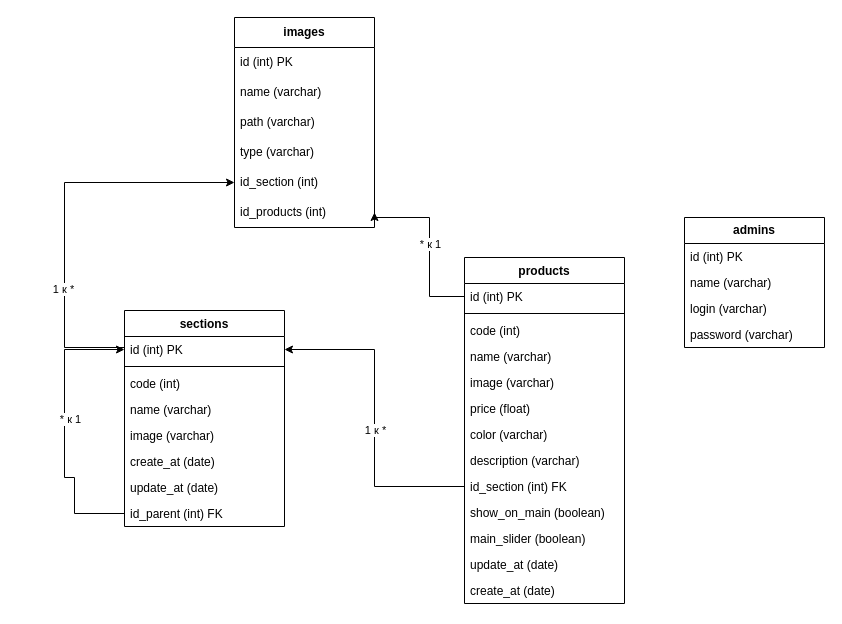
The draw.io diagram BDShop.drawio in Tonkoo/shop-2025, before the edit. Source tidied: cells renumbered, new cells numbered last; positions are measured from the earlier drawing's top-left corner, leaving out a move shared by most shapes. Both pictures are drawn from the tidied source at 100%, with x=0, y=0 at pixel (64, 17).
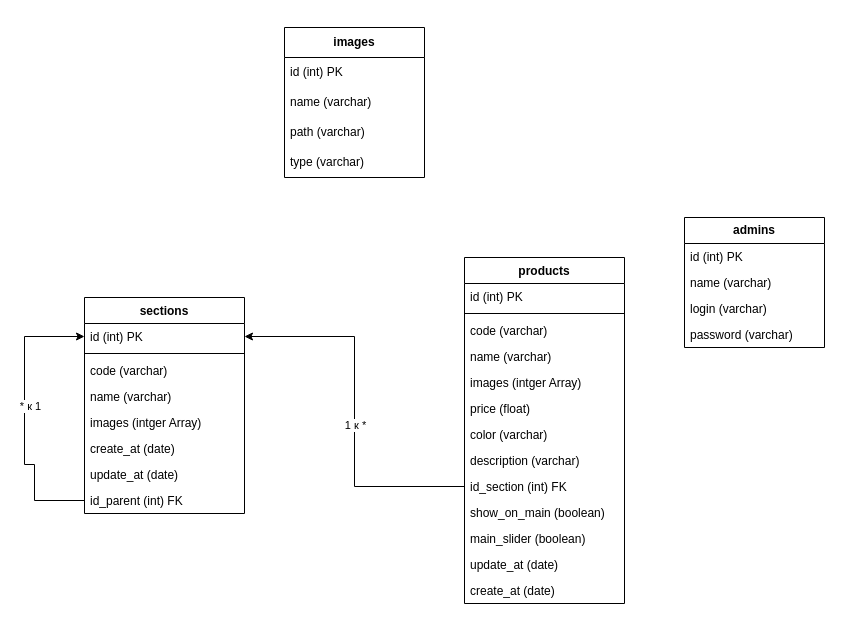
The same page after the edit.

The change refers to these unchanged cells:
```xml
<mxCell id="10" value="id_parent (int) FK" style="text;strokeColor=none;fillColor=none;align=left;verticalAlign=top;spacingLeft=4;spacingRight=4;overflow=hidden;points=[[0,0.5],[1,0.5]];portConstraint=eastwest;whiteSpace=wrap;html=1;" parent="2" vertex="1">
  <mxGeometry y="190" width="160" height="26" as="geometry" />
</mxCell>
<mxCell id="13" value="products" style="swimlane;fontStyle=1;align=center;verticalAlign=top;horizontal=1;startSize=26;whiteSpace=wrap;html=1;" parent="1" vertex="1">
  <mxGeometry x="400" y="240" width="160" height="346" as="geometry" />
</mxCell>
<mxCell id="22" value="id_section (int) FK" style="text;strokeColor=none;fillColor=none;align=left;verticalAlign=top;spacingLeft=4;spacingRight=4;overflow=hidden;points=[[0,0.5],[1,0.5]];portConstraint=eastwest;whiteSpace=wrap;html=1;" parent="13" vertex="1">
  <mxGeometry y="216" width="160" height="26" as="geometry" />
</mxCell>
```

Change to the diagram source:
```diff
@@
     <mxCell id="2" value="sections" style="swimlane;fontStyle=1;align=center;verticalAlign=top;horizontal=1;startSize=26;whiteSpace=wrap;html=1;" parent="1" vertex="1">
-      <mxGeometry x="60" y="293" width="160" height="216" as="geometry" />
+      <mxGeometry x="20" y="280" width="160" height="216" as="geometry" />
     </mxCell>
-    <mxCell id="3" value="id (int) PK" style="text;strokeColor=none;fillColor=none;align=left;verticalAlign=top;spacingLeft=4;spacingRight=4;overflow=hidden;points=[[0,0.5],[1,0.5]];portConstraint=eastwest;whiteSpace=wrap;html=1;" parent="2" vertex="1">
-      <mxGeometry y="26" width="160" height="26" as="geometry" />
-    </mxCell>
-    <mxCell id="4" style="line;strokeWidth=1;fillColor=none;align=left;verticalAlign=middle;spacingTop=-1;spacingLeft=3;spacingRight=3;labelPosition=right;strokeColor=inherit;" parent="2" vertex="1">
-      <mxGeometry y="52" width="160" height="8" as="geometry" />
-    </mxCell>
-    <mxCell id="5" value="code (int)&amp;nbsp;" style="text;strokeColor=none;fillColor=none;align=left;verticalAlign=top;spacingLeft=4;spacingRight=4;overflow=hidden;whiteSpace=wrap;html=1;" parent="2" vertex="1">
-      <mxGeometry y="60" width="160" height="26" as="geometry" />
-    </mxCell>
-    <mxCell id="6" value="name (varchar)" style="text;strokeColor=none;fillColor=none;align=left;verticalAlign=top;spacingLeft=4;spacingRight=4;overflow=hidden;whiteSpace=wrap;html=1;" parent="2" vertex="1">
-      <mxGeometry y="86" width="160" height="26" as="geometry" />
-    </mxCell>
-    <mxCell id="7" value="image (varchar)" style="text;strokeColor=none;fillColor=none;align=left;verticalAlign=top;spacingLeft=4;spacingRight=4;overflow=hidden;whiteSpace=wrap;html=1;" parent="2" vertex="1">
-      <mxGeometry y="112" width="160" height="26" as="geometry" />
-    </mxCell>
+    <mxCell id="45" value="id (int) PK" style="text;strokeColor=none;fillColor=none;align=left;verticalAlign=top;spacingLeft=4;spacingRight=4;overflow=hidden;points=[[0,0.5],[1,0.5]];portConstraint=eastwest;whiteSpace=wrap;html=1;" parent="2" vertex="1">
+      <mxGeometry y="26" width="160" height="26" as="geometry" />
+    </mxCell>
+    <mxCell id="46" style="line;strokeWidth=1;fillColor=none;align=left;verticalAlign=middle;spacingTop=-1;spacingLeft=3;spacingRight=3;labelPosition=right;strokeColor=inherit;" parent="2" vertex="1">
+      <mxGeometry y="52" width="160" height="8" as="geometry" />
+    </mxCell>
+    <mxCell id="47" value="code (varchar)&amp;nbsp;" style="text;strokeColor=none;fillColor=none;align=left;verticalAlign=top;spacingLeft=4;spacingRight=4;overflow=hidden;whiteSpace=wrap;html=1;" parent="2" vertex="1">
+      <mxGeometry y="60" width="160" height="26" as="geometry" />
+    </mxCell>
+    <mxCell id="48" value="name (varchar)" style="text;strokeColor=none;fillColor=none;align=left;verticalAlign=top;spacingLeft=4;spacingRight=4;overflow=hidden;whiteSpace=wrap;html=1;" parent="2" vertex="1">
+      <mxGeometry y="86" width="160" height="26" as="geometry" />
+    </mxCell>
+    <mxCell id="49" value="images (intger Array)" style="text;strokeColor=none;fillColor=none;align=left;verticalAlign=top;spacingLeft=4;spacingRight=4;overflow=hidden;whiteSpace=wrap;html=1;" parent="2" vertex="1">
+      <mxGeometry y="112" width="160" height="26" as="geometry" />
+    </mxCell>
@@
-    <mxCell id="11" style="edgeStyle=orthogonalEdgeStyle;rounded=0;jettySize=auto;html=1;entryX=0;entryY=0.5;entryDx=0;entryDy=0;" parent="2" edge="1" source="10" target="3">
-      <mxGeometry relative="1" as="geometry">
-        <Array as="points">
-          <mxPoint x="-50" y="203" />
-          <mxPoint x="-50" y="167" />
-          <mxPoint x="-60" y="167" />
-          <mxPoint x="-60" y="39" />
-        </Array>
-      </mxGeometry>
-    </mxCell>
-    <mxCell id="12" value="* к 1" style="edgeLabel;html=1;align=center;verticalAlign=middle;" parent="11" vertex="1">
-      <mxGeometry x="0.09" y="-5" relative="1" as="geometry" />
-    </mxCell>
+    <mxCell id="50" style="edgeStyle=orthogonalEdgeStyle;rounded=0;jettySize=auto;html=1;entryX=0;entryY=0.5;entryDx=0;entryDy=0;" parent="2" edge="1" source="10" target="45">
+      <mxGeometry relative="1" as="geometry">
+        <Array as="points">
+          <mxPoint x="-50" y="203" />
+          <mxPoint x="-50" y="167" />
+          <mxPoint x="-60" y="167" />
+          <mxPoint x="-60" y="39" />
+        </Array>
+      </mxGeometry>
+    </mxCell>
+    <mxCell id="51" value="* к 1" style="edgeLabel;html=1;align=center;verticalAlign=middle;" parent="50" vertex="1">
+      <mxGeometry x="0.09" y="-5" relative="1" as="geometry" />
+    </mxCell>
@@
-    <mxCell id="14" value="id (int) PK" style="text;strokeColor=none;fillColor=none;align=left;verticalAlign=top;spacingLeft=4;spacingRight=4;overflow=hidden;points=[[0,0.5],[1,0.5]];portConstraint=eastwest;whiteSpace=wrap;html=1;" parent="13" vertex="1">
-      <mxGeometry y="26" width="160" height="26" as="geometry" />
-    </mxCell>
-    <mxCell id="15" style="line;strokeWidth=1;fillColor=none;align=left;verticalAlign=middle;spacingTop=-1;spacingLeft=3;spacingRight=3;labelPosition=right;strokeColor=inherit;" parent="13" vertex="1">
-      <mxGeometry y="52" width="160" height="8" as="geometry" />
-    </mxCell>
-    <mxCell id="16" value="code (int)&amp;nbsp;" style="text;strokeColor=none;fillColor=none;align=left;verticalAlign=top;spacingLeft=4;spacingRight=4;overflow=hidden;whiteSpace=wrap;html=1;" parent="13" vertex="1">
-      <mxGeometry y="60" width="160" height="26" as="geometry" />
-    </mxCell>
-    <mxCell id="17" value="name (varchar)" style="text;strokeColor=none;fillColor=none;align=left;verticalAlign=top;spacingLeft=4;spacingRight=4;overflow=hidden;whiteSpace=wrap;html=1;" parent="13" vertex="1">
-      <mxGeometry y="86" width="160" height="26" as="geometry" />
-    </mxCell>
-    <mxCell id="18" value="image (varchar)" style="text;strokeColor=none;fillColor=none;align=left;verticalAlign=top;spacingLeft=4;spacingRight=4;overflow=hidden;whiteSpace=wrap;html=1;" parent="13" vertex="1">
-      <mxGeometry y="112" width="160" height="26" as="geometry" />
-    </mxCell>
+    <mxCell id="52" value="id (int) PK" style="text;strokeColor=none;fillColor=none;align=left;verticalAlign=top;spacingLeft=4;spacingRight=4;overflow=hidden;whiteSpace=wrap;html=1;" parent="13" vertex="1">
+      <mxGeometry y="26" width="160" height="26" as="geometry" />
+    </mxCell>
+    <mxCell id="53" style="line;strokeWidth=1;fillColor=none;align=left;verticalAlign=middle;spacingTop=-1;spacingLeft=3;spacingRight=3;labelPosition=right;strokeColor=inherit;" parent="13" vertex="1">
+      <mxGeometry y="52" width="160" height="8" as="geometry" />
+    </mxCell>
+    <mxCell id="54" value="code (varchar)&amp;nbsp;" style="text;strokeColor=none;fillColor=none;align=left;verticalAlign=top;spacingLeft=4;spacingRight=4;overflow=hidden;whiteSpace=wrap;html=1;" parent="13" vertex="1">
+      <mxGeometry y="60" width="160" height="26" as="geometry" />
+    </mxCell>
+    <mxCell id="55" value="name (varchar)" style="text;strokeColor=none;fillColor=none;align=left;verticalAlign=top;spacingLeft=4;spacingRight=4;overflow=hidden;whiteSpace=wrap;html=1;" parent="13" vertex="1">
+      <mxGeometry y="86" width="160" height="26" as="geometry" />
+    </mxCell>
+    <mxCell id="56" value="images (intger Array)" style="text;strokeColor=none;fillColor=none;align=left;verticalAlign=top;spacingLeft=4;spacingRight=4;overflow=hidden;whiteSpace=wrap;html=1;" parent="13" vertex="1">
+      <mxGeometry y="112" width="160" height="26" as="geometry" />
+    </mxCell>
@@
-    <mxCell id="27" style="edgeStyle=orthogonalEdgeStyle;rounded=0;jettySize=auto;html=1;" parent="1" edge="1" source="22" target="3">
-      <mxGeometry relative="1" as="geometry" />
-    </mxCell>
-    <mxCell id="28" value="1 к *" style="edgeLabel;html=1;align=center;verticalAlign=middle;" parent="27" vertex="1">
-      <mxGeometry x="-0.07" relative="1" as="geometry" />
-    </mxCell>
+    <mxCell id="57" style="edgeStyle=orthogonalEdgeStyle;rounded=0;jettySize=auto;html=1;" parent="1" edge="1" source="22" target="45">
+      <mxGeometry relative="1" as="geometry" />
+    </mxCell>
+    <mxCell id="58" value="1 к *" style="edgeLabel;html=1;align=center;verticalAlign=middle;" parent="57" vertex="1">
+      <mxGeometry x="-0.07" relative="1" as="geometry" />
+    </mxCell>
@@
     <mxCell id="34" value="&lt;b&gt;images&lt;/b&gt;" style="swimlane;fontStyle=0;horizontal=1;startSize=30;whiteSpace=wrap;html=1;" parent="1" vertex="1">
-      <mxGeometry x="170" width="140" height="210" as="geometry" />
+      <mxGeometry x="220" y="10" width="140" height="150" as="geometry" />
     </mxCell>
@@
-    <mxCell id="39" value="id_section (int)" style="text;strokeColor=none;fillColor=none;align=left;verticalAlign=middle;spacingLeft=4;spacingRight=4;overflow=hidden;points=[[0,0.5],[1,0.5]];portConstraint=eastwest;whiteSpace=wrap;html=1;" parent="34" vertex="1">
-      <mxGeometry y="150" width="140" height="30" as="geometry" />
-    </mxCell>
-    <mxCell id="40" value="id_products (int)" style="text;strokeColor=none;fillColor=none;align=left;verticalAlign=middle;spacingLeft=4;spacingRight=4;overflow=hidden;points=[[0,0.5],[1,0.5]];portConstraint=eastwest;whiteSpace=wrap;html=1;" parent="34" vertex="1">
-      <mxGeometry y="180" width="140" height="30" as="geometry" />
-    </mxCell>
-    <mxCell id="41" style="edgeStyle=orthogonalEdgeStyle;rounded=0;jettySize=auto;html=1;entryX=0;entryY=0.5;entryDx=0;entryDy=0;" parent="1" edge="1" target="39">
-      <mxGeometry relative="1" as="geometry">
-        <mxPoint x="60" y="307" as="sourcePoint" />
-        <Array as="points">
-          <mxPoint x="60" y="330" />
-          <mxPoint y="330" />
-          <mxPoint y="165" />
-        </Array>
-      </mxGeometry>
-    </mxCell>
-    <mxCell id="42" value="1 к *" style="edgeLabel;html=1;align=center;verticalAlign=middle;" parent="41" vertex="1">
-      <mxGeometry x="-0.32" y="2" relative="1" as="geometry" />
-    </mxCell>
-    <mxCell id="43" style="edgeStyle=orthogonalEdgeStyle;rounded=0;jettySize=auto;html=1;entryX=1;entryY=0.5;entryDx=0;entryDy=0;" parent="1" edge="1" source="14" target="40">
-      <mxGeometry relative="1" as="geometry">
-        <Array as="points">
-          <mxPoint x="365" y="279" />
-          <mxPoint x="365" y="200" />
-          <mxPoint x="310" y="200" />
-        </Array>
-      </mxGeometry>
-    </mxCell>
-    <mxCell id="44" value="* к 1" style="edgeLabel;html=1;align=center;verticalAlign=middle;" parent="43" vertex="1">
-      <mxGeometry x="0.01" relative="1" as="geometry" />
-    </mxCell>
```
